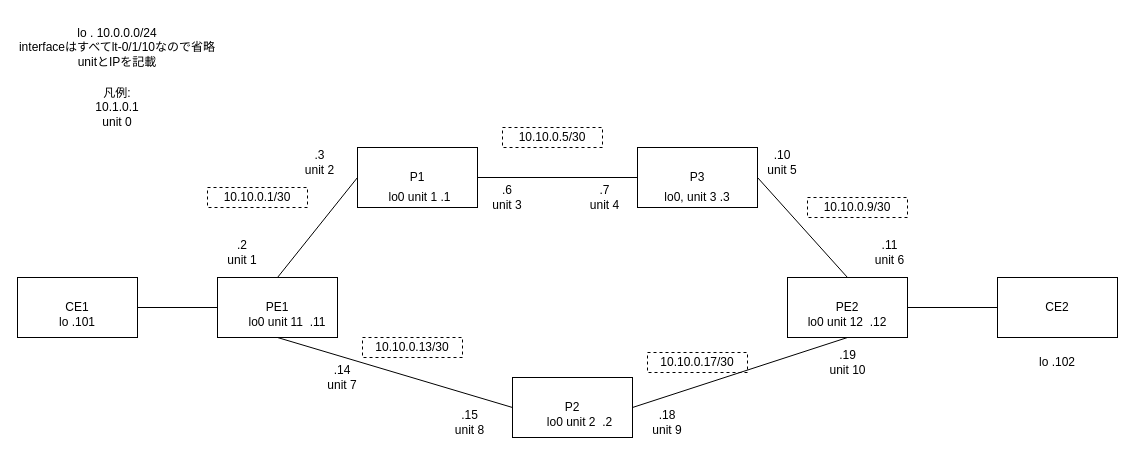
Above: lab.drawio in nkchan/vjunos-backbone (draw.io), before the change. Source tidied: cells renumbered, new cells numbered last; positions are measured from the earlier drawing's top-left corner, leaving out a move shared by most shapes. Both pictures are drawn from the tidied source at 100%, with x=0, y=0 at pixel (17, 17).
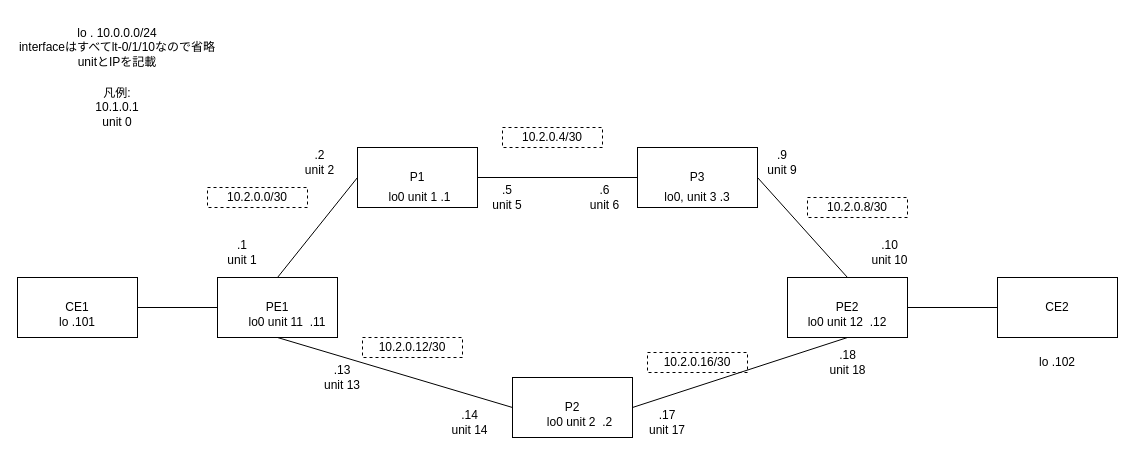
The same diagram, later.

What changed in the source:
```diff
@@
-    <mxCell id="25" value="10.10.0.5/30" style="text;html=1;strokeColor=default;fillColor=none;align=center;verticalAlign=middle;whiteSpace=wrap;rounded=0;dashed=1;" parent="1" vertex="1">
+    <mxCell id="25" value="10.2.0.4/30" style="text;html=1;strokeColor=default;fillColor=none;align=center;verticalAlign=middle;whiteSpace=wrap;rounded=0;dashed=1;" parent="1" vertex="1">
       <mxGeometry x="485" y="110" width="100" height="20" as="geometry" />
     </mxCell>
-    <mxCell id="26" value=".2&lt;br&gt;unit 1" style="text;html=1;strokeColor=none;fillColor=none;align=center;verticalAlign=middle;whiteSpace=wrap;rounded=0;" parent="1" vertex="1">
+    <mxCell id="26" value=".1&lt;br&gt;unit 1" style="text;html=1;strokeColor=none;fillColor=none;align=center;verticalAlign=middle;whiteSpace=wrap;rounded=0;" parent="1" vertex="1">
       <mxGeometry x="190" y="220" width="70" height="30" as="geometry" />
     </mxCell>
-    <mxCell id="27" value=".3&lt;br&gt;unit 2" style="text;html=1;strokeColor=none;fillColor=none;align=center;verticalAlign=middle;whiteSpace=wrap;rounded=0;" parent="1" vertex="1">
+    <mxCell id="27" value=".2&lt;br&gt;unit 2" style="text;html=1;strokeColor=none;fillColor=none;align=center;verticalAlign=middle;whiteSpace=wrap;rounded=0;" parent="1" vertex="1">
       <mxGeometry x="270" y="130" width="65" height="30" as="geometry" />
     </mxCell>
-    <mxCell id="28" value="10.10.0.1/30" style="text;html=1;strokeColor=default;fillColor=none;align=center;verticalAlign=middle;whiteSpace=wrap;rounded=0;dashed=1;" parent="1" vertex="1">
+    <mxCell id="28" value="10.2.0.0/30" style="text;html=1;strokeColor=default;fillColor=none;align=center;verticalAlign=middle;whiteSpace=wrap;rounded=0;dashed=1;" parent="1" vertex="1">
       <mxGeometry x="190" y="170" width="100" height="20" as="geometry" />
     </mxCell>
-    <mxCell id="29" value=".6&lt;br&gt;unit 3" style="text;html=1;strokeColor=none;fillColor=none;align=center;verticalAlign=middle;whiteSpace=wrap;rounded=0;" parent="1" vertex="1">
+    <mxCell id="29" value=".5&lt;br&gt;unit 5" style="text;html=1;strokeColor=none;fillColor=none;align=center;verticalAlign=middle;whiteSpace=wrap;rounded=0;" parent="1" vertex="1">
       <mxGeometry x="455" y="165" width="70" height="30" as="geometry" />
     </mxCell>
-    <mxCell id="30" value=".7&lt;br&gt;unit 4" style="text;html=1;strokeColor=none;fillColor=none;align=center;verticalAlign=middle;whiteSpace=wrap;rounded=0;" parent="1" vertex="1">
+    <mxCell id="30" value=".6&lt;br&gt;unit 6" style="text;html=1;strokeColor=none;fillColor=none;align=center;verticalAlign=middle;whiteSpace=wrap;rounded=0;" parent="1" vertex="1">
       <mxGeometry x="555" y="165" width="65" height="30" as="geometry" />
     </mxCell>
-    <mxCell id="31" value="10.10.0.9/30" style="text;html=1;strokeColor=default;fillColor=none;align=center;verticalAlign=middle;whiteSpace=wrap;rounded=0;dashed=1;" parent="1" vertex="1">
+    <mxCell id="31" value="10.2.0.8/30" style="text;html=1;strokeColor=default;fillColor=none;align=center;verticalAlign=middle;whiteSpace=wrap;rounded=0;dashed=1;" parent="1" vertex="1">
       <mxGeometry x="790" y="180" width="100" height="20" as="geometry" />
     </mxCell>
-    <mxCell id="32" value=".10&lt;br&gt;unit 5" style="text;html=1;strokeColor=none;fillColor=none;align=center;verticalAlign=middle;whiteSpace=wrap;rounded=0;" parent="1" vertex="1">
+    <mxCell id="32" value=".9&lt;br&gt;unit 9" style="text;html=1;strokeColor=none;fillColor=none;align=center;verticalAlign=middle;whiteSpace=wrap;rounded=0;" parent="1" vertex="1">
       <mxGeometry x="730" y="130" width="70" height="30" as="geometry" />
     </mxCell>
-    <mxCell id="33" value=".11&lt;br&gt;unit 6" style="text;html=1;strokeColor=none;fillColor=none;align=center;verticalAlign=middle;whiteSpace=wrap;rounded=0;" parent="1" vertex="1">
+    <mxCell id="33" value=".10&lt;br&gt;unit 10" style="text;html=1;strokeColor=none;fillColor=none;align=center;verticalAlign=middle;whiteSpace=wrap;rounded=0;" parent="1" vertex="1">
       <mxGeometry x="840" y="220" width="65" height="30" as="geometry" />
     </mxCell>
-    <mxCell id="34" value="10.10.0.13/30" style="text;html=1;strokeColor=default;fillColor=none;align=center;verticalAlign=middle;whiteSpace=wrap;rounded=0;dashed=1;" parent="1" vertex="1">
+    <mxCell id="34" value="10.2.0.12/30" style="text;html=1;strokeColor=default;fillColor=none;align=center;verticalAlign=middle;whiteSpace=wrap;rounded=0;dashed=1;" parent="1" vertex="1">
       <mxGeometry x="345" y="320" width="100" height="20" as="geometry" />
     </mxCell>
-    <mxCell id="35" value=".14&lt;br&gt;unit 7" style="text;html=1;strokeColor=none;fillColor=none;align=center;verticalAlign=middle;whiteSpace=wrap;rounded=0;" parent="1" vertex="1">
+    <mxCell id="35" value=".13&lt;br&gt;unit 13" style="text;html=1;strokeColor=none;fillColor=none;align=center;verticalAlign=middle;whiteSpace=wrap;rounded=0;" parent="1" vertex="1">
       <mxGeometry x="290" y="345" width="70" height="30" as="geometry" />
     </mxCell>
-    <mxCell id="36" value=".15&lt;br&gt;unit 8" style="text;html=1;strokeColor=none;fillColor=none;align=center;verticalAlign=middle;whiteSpace=wrap;rounded=0;" parent="1" vertex="1">
+    <mxCell id="36" value=".14&lt;br&gt;unit 14" style="text;html=1;strokeColor=none;fillColor=none;align=center;verticalAlign=middle;whiteSpace=wrap;rounded=0;" parent="1" vertex="1">
       <mxGeometry x="420" y="390" width="65" height="30" as="geometry" />
     </mxCell>
-    <mxCell id="37" value="10.10.0.17/30" style="text;html=1;strokeColor=default;fillColor=none;align=center;verticalAlign=middle;whiteSpace=wrap;rounded=0;dashed=1;" parent="1" vertex="1">
+    <mxCell id="37" value="10.2.0.16/30" style="text;html=1;strokeColor=default;fillColor=none;align=center;verticalAlign=middle;whiteSpace=wrap;rounded=0;dashed=1;" parent="1" vertex="1">
       <mxGeometry x="630" y="335" width="100" height="20" as="geometry" />
     </mxCell>
-    <mxCell id="38" value=".18&lt;br&gt;unit 9" style="text;html=1;strokeColor=none;fillColor=none;align=center;verticalAlign=middle;whiteSpace=wrap;rounded=0;" parent="1" vertex="1">
+    <mxCell id="38" value=".17&lt;br&gt;unit 17" style="text;html=1;strokeColor=none;fillColor=none;align=center;verticalAlign=middle;whiteSpace=wrap;rounded=0;" parent="1" vertex="1">
       <mxGeometry x="615" y="390" width="70" height="30" as="geometry" />
     </mxCell>
-    <mxCell id="39" value=".19&lt;br&gt;unit 10" style="text;html=1;strokeColor=none;fillColor=none;align=center;verticalAlign=middle;whiteSpace=wrap;rounded=0;" parent="1" vertex="1">
+    <mxCell id="39" value=".18&lt;br&gt;unit 18" style="text;html=1;strokeColor=none;fillColor=none;align=center;verticalAlign=middle;whiteSpace=wrap;rounded=0;" parent="1" vertex="1">
       <mxGeometry x="797.5" y="330" width="65" height="30" as="geometry" />
     </mxCell>
```
